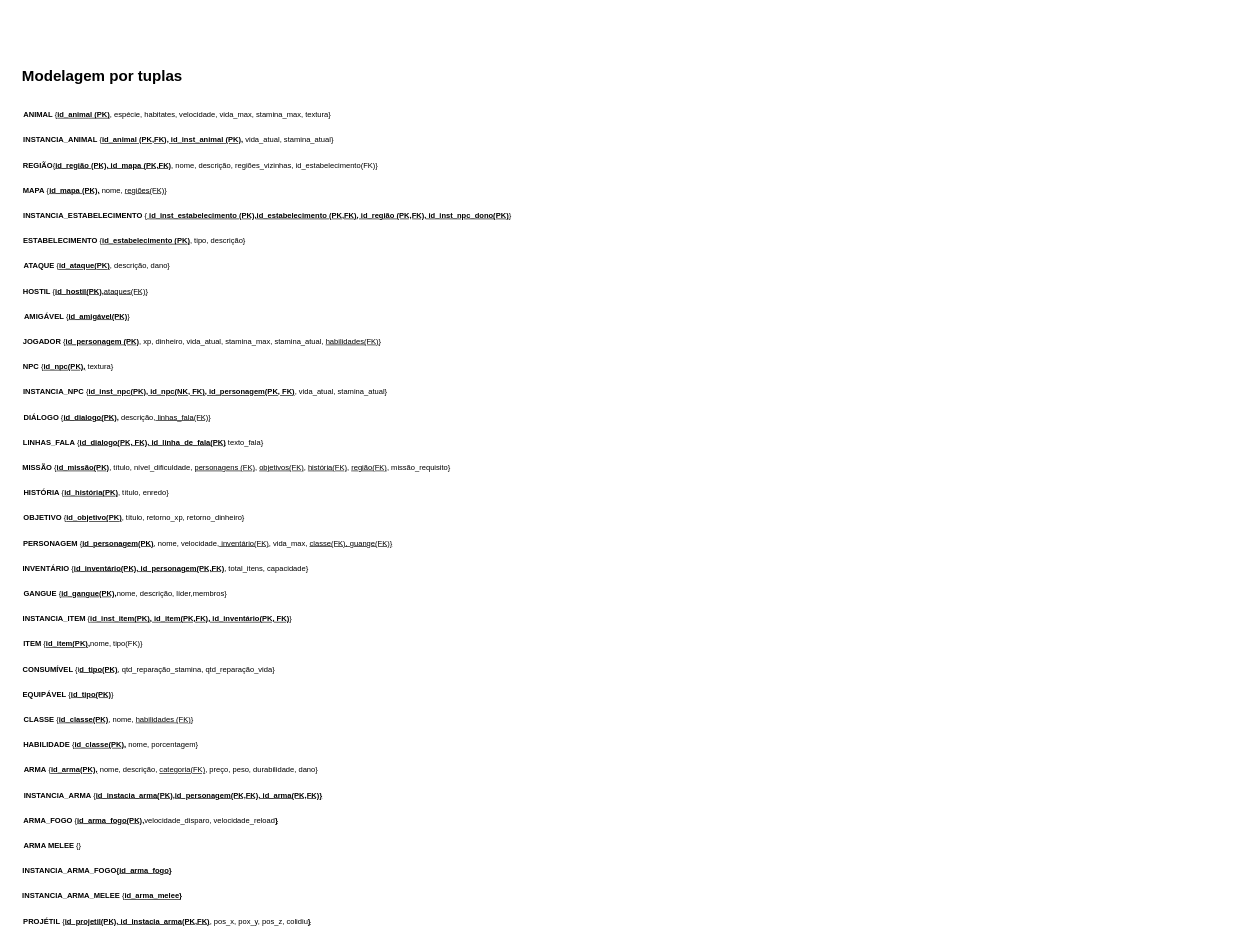
This is entregas/entrega1/MREL/MREL_tuplas.drawio from SBD1/2024.1-Red_Dead_Redemption2, a draw.io file, before an edit. Source tidied: cells renumbered, new cells numbered last; positions are measured from the earlier drawing's top-left corner, leaving out a move shared by most shapes. Both pictures are drawn from the tidied source at 63%, with x=0, y=0 at pixel (11, 66).
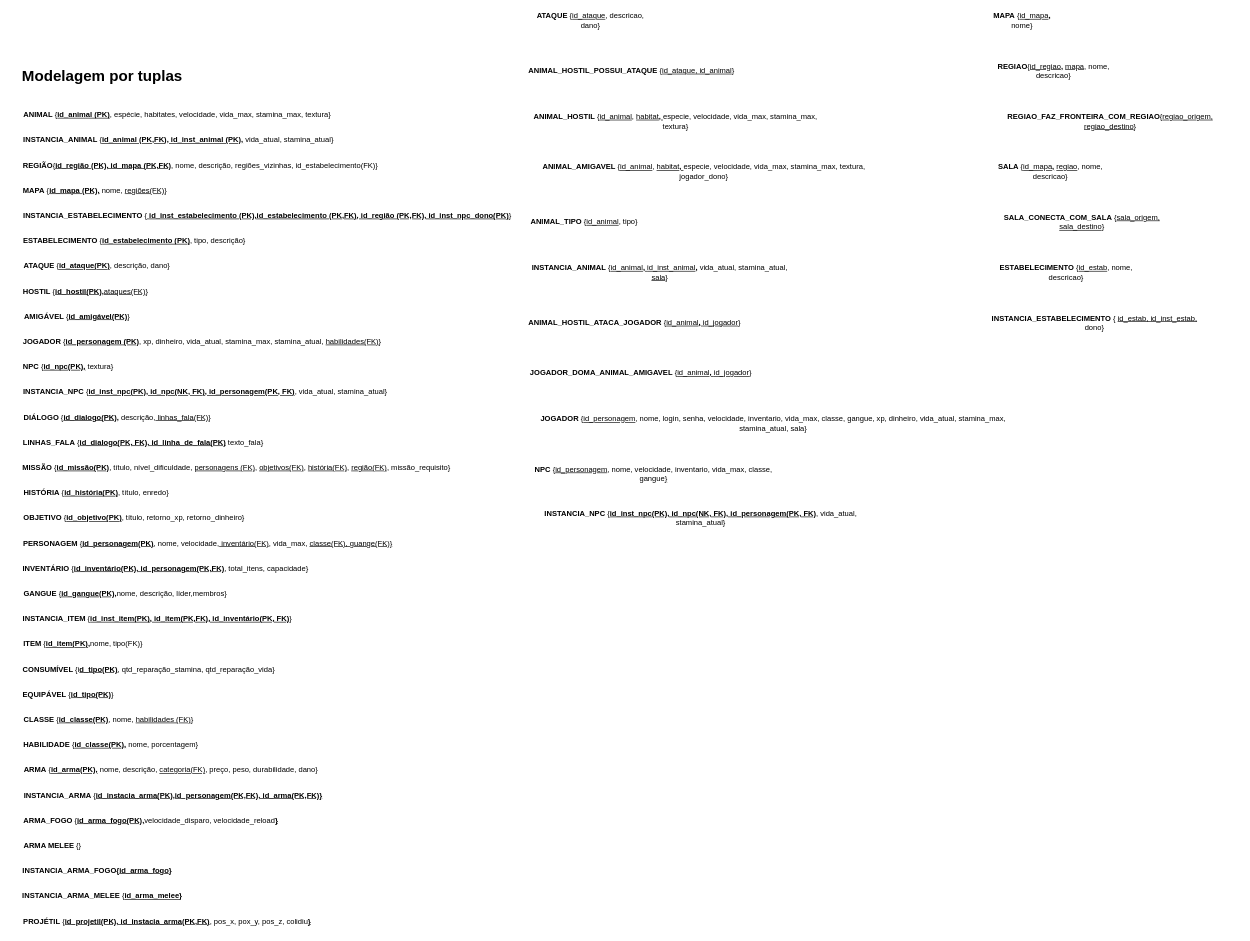
The same diagram, later.

Commit message:
Continuando construção do MREL

Diff of the diagram source:
```diff
@@
+    <mxCell id="36" value="&lt;b&gt;ANIMAL_HOSTIL&amp;nbsp;&lt;/b&gt;{&lt;u&gt;id_animal&lt;/u&gt;, &lt;u&gt;habitat&lt;/u&gt;&lt;b&gt;&lt;u&gt;,&amp;nbsp;&lt;/u&gt;&lt;/b&gt;especie, velocidade, vida_max, stamina_max, textura}" style="text;html=1;align=center;verticalAlign=middle;whiteSpace=wrap;rounded=0;" parent="1" vertex="1">
+      <mxGeometry x="820" y="72" width="470" height="30" as="geometry" />
+    </mxCell>
+    <mxCell id="37" value="&lt;b&gt;ANIMAL_AMIGAVEL&amp;nbsp;&lt;/b&gt;{&lt;u&gt;id_animal&lt;/u&gt;, &lt;u&gt;habitat&lt;/u&gt;&lt;u style=&quot;font-weight: bold;&quot;&gt;,&amp;nbsp;&lt;/u&gt;especie,&amp;nbsp;velocidade, vida_max, stamina_max, textura, jogador_dono}" style="text;html=1;align=center;verticalAlign=middle;whiteSpace=wrap;rounded=0;" parent="1" vertex="1">
+      <mxGeometry x="820" y="152" width="560" height="30" as="geometry" />
+    </mxCell>
+    <mxCell id="38" value="&lt;b&gt;ATAQUE&lt;/b&gt;&amp;nbsp;{&lt;u&gt;id_ataque&lt;/u&gt;, descricao, dano}" style="text;align=center;verticalAlign=middle;whiteSpace=wrap;rounded=0;html=1;" parent="1" vertex="1">
+      <mxGeometry x="820" y="-88" width="200" height="30" as="geometry" />
+    </mxCell>
+    <mxCell id="39" value="&lt;b&gt;ANIMAL_HOSTIL_POSSUI_ATAQUE&lt;/b&gt;&amp;nbsp;{&lt;u&gt;id_ataque, id_animal&lt;/u&gt;}" style="text;align=center;verticalAlign=middle;whiteSpace=wrap;rounded=0;html=1;" parent="1" vertex="1">
+      <mxGeometry x="820" y="-8" width="330" height="30" as="geometry" />
+    </mxCell>
+    <mxCell id="40" value="&lt;b&gt;INSTANCIA_ANIMAL&lt;/b&gt;&amp;nbsp;{&lt;u&gt;id_animal&lt;/u&gt;&lt;u style=&quot;font-weight: bold;&quot;&gt;, &lt;/u&gt;&lt;u&gt;id_inst_animal&lt;/u&gt;&lt;u style=&quot;font-weight: bold;&quot;&gt;,&lt;/u&gt; vida_atual, stamina_atual, &lt;u&gt;sala&lt;/u&gt;}" style="text;align=center;verticalAlign=middle;whiteSpace=wrap;rounded=0;html=1;" parent="1" vertex="1">
+      <mxGeometry x="820" y="312" width="420" height="30" as="geometry" />
+    </mxCell>
+    <mxCell id="41" value="&lt;b&gt;ANIMAL_TIPO&amp;nbsp;&lt;/b&gt;{&lt;u&gt;id_animal&lt;/u&gt;, tipo}" style="text;html=1;align=center;verticalAlign=middle;whiteSpace=wrap;rounded=0;" parent="1" vertex="1">
+      <mxGeometry x="820" y="232" width="180" height="30" as="geometry" />
+    </mxCell>
+    <mxCell id="42" value="&lt;b&gt;ANIMAL_HOSTIL_ATACA_JOGADOR&lt;/b&gt;&amp;nbsp;{&lt;u&gt;id_animal&lt;/u&gt;&lt;u style=&quot;font-weight: bold;&quot;&gt;, &lt;/u&gt;&lt;u&gt;id_jogador&lt;/u&gt;}" style="text;align=center;verticalAlign=middle;whiteSpace=wrap;rounded=0;html=1;" parent="1" vertex="1">
+      <mxGeometry x="820" y="392" width="340" height="30" as="geometry" />
+    </mxCell>
+    <mxCell id="43" value="&lt;b&gt;JOGADOR_DOMA_ANIMAL_AMIGAVEL&lt;/b&gt;&amp;nbsp;{&lt;u&gt;id_animal&lt;/u&gt;&lt;u style=&quot;font-weight: bold;&quot;&gt;, &lt;/u&gt;&lt;u&gt;id_jogador&lt;/u&gt;}" style="text;align=center;verticalAlign=middle;whiteSpace=wrap;rounded=0;html=1;" parent="1" vertex="1">
+      <mxGeometry x="820" y="472" width="360" height="30" as="geometry" />
+    </mxCell>
+    <mxCell id="44" value="&lt;b&gt;REGIAO&lt;/b&gt;{&lt;u&gt;id_regiao&lt;/u&gt;&lt;u style=&quot;font-weight: bold;&quot;&gt;,&lt;/u&gt;&lt;span style=&quot;font-weight: bold;&quot;&gt;&amp;nbsp;&lt;/span&gt;&lt;u&gt;mapa&lt;/u&gt;, nome, descricao}" style="text;align=center;verticalAlign=middle;whiteSpace=wrap;rounded=0;html=1;" parent="1" vertex="1">
+      <mxGeometry x="1540" y="-8" width="230" height="30" as="geometry" />
+    </mxCell>
+    <mxCell id="45" value="&lt;b&gt;MAPA&amp;nbsp;&lt;/b&gt;{&lt;u style=&quot;&quot;&gt;id_mapa&lt;b&gt;,&lt;/b&gt;&lt;/u&gt; nome}" style="text;align=center;verticalAlign=middle;whiteSpace=wrap;rounded=0;html=1;" parent="1" vertex="1">
+      <mxGeometry x="1540" y="-88" width="130" height="30" as="geometry" />
+    </mxCell>
+    <mxCell id="46" value="&lt;b&gt;SALA&amp;nbsp;&lt;/b&gt;{&lt;u style=&quot;&quot;&gt;id_mapa&lt;b&gt;,&lt;/b&gt;&lt;/u&gt;&amp;nbsp;&lt;u&gt;regiao&lt;/u&gt;, nome, descricao}" style="text;align=center;verticalAlign=middle;whiteSpace=wrap;rounded=0;html=1;" parent="1" vertex="1">
+      <mxGeometry x="1540" y="152" width="220" height="30" as="geometry" />
+    </mxCell>
+    <mxCell id="47" value="&lt;b&gt;REGIAO_FAZ_FRONTEIRA_COM_REGIAO&lt;/b&gt;{&lt;u&gt;regiao_origem, regiao_destino&lt;/u&gt;}" style="text;align=center;verticalAlign=middle;whiteSpace=wrap;rounded=0;html=1;" parent="1" vertex="1">
+      <mxGeometry x="1540" y="72" width="410" height="30" as="geometry" />
+    </mxCell>
+    <mxCell id="48" value="&lt;b&gt;SALA_CONECTA_COM_SALA&amp;nbsp;&lt;/b&gt;{&lt;u&gt;sala_origem, sala_destino&lt;/u&gt;}" style="text;align=center;verticalAlign=middle;whiteSpace=wrap;rounded=0;html=1;" parent="1" vertex="1">
+      <mxGeometry x="1540" y="232" width="320" height="30" as="geometry" />
+    </mxCell>
+    <mxCell id="49" value="&lt;b&gt;INSTANCIA_ESTABELECIMENTO&lt;/b&gt;&amp;nbsp;{ &lt;u&gt;id_estab, id_inst_estab,&lt;/u&gt; dono}" style="text;align=center;verticalAlign=middle;whiteSpace=wrap;rounded=0;html=1;" parent="1" vertex="1">
+      <mxGeometry x="1540" y="392" width="360" height="30" as="geometry" />
+    </mxCell>
+    <mxCell id="50" value="&lt;b&gt;ESTABELECIMENTO&lt;/b&gt;&amp;nbsp;{&lt;u&gt;id_estab&lt;/u&gt;, nome, descricao}" style="text;align=center;verticalAlign=middle;whiteSpace=wrap;rounded=0;html=1;" parent="1" vertex="1">
+      <mxGeometry x="1540" y="312" width="270" height="30" as="geometry" />
+    </mxCell>
+    <mxCell id="51" value="&lt;b&gt;INSTANCIA_NPC&lt;/b&gt; {&lt;u&gt;&lt;b&gt;id_inst_npc(PK), id_npc(NK, FK), id_personagem(PK, FK)&lt;/b&gt;&lt;/u&gt;, vida_atual, stamina_atual}" style="text;align=center;verticalAlign=middle;whiteSpace=wrap;rounded=0;html=1;" parent="1" vertex="1">
+      <mxGeometry x="820" y="702" width="550" height="30" as="geometry" />
+    </mxCell>
+    <mxCell id="52" value="&lt;div style=&quot;text-align: center;&quot;&gt;&lt;span style=&quot;background-color: initial; text-align: start;&quot;&gt;&lt;b&gt;JOGADOR&lt;/b&gt;&lt;/span&gt;&lt;span style=&quot;background-color: initial;&quot;&gt;&amp;nbsp;{&lt;u&gt;id_personagem&lt;/u&gt;, nome, login, senha, velocidade, inventario, vida_max, classe, gangue, xp, dinheiro, vida_atual, stamina_max, stamina_atual, sala}&lt;/span&gt;&lt;/div&gt;" style="text;align=center;verticalAlign=middle;whiteSpace=wrap;rounded=0;html=1;" parent="1" vertex="1">
+      <mxGeometry x="820" y="552" width="780" height="30" as="geometry" />
+    </mxCell>
+    <mxCell id="53" value="&lt;div style=&quot;text-align: center;&quot;&gt;&lt;span style=&quot;background-color: initial; text-align: start;&quot;&gt;&lt;b&gt;NPC&lt;/b&gt;&lt;/span&gt;&lt;span style=&quot;background-color: initial;&quot;&gt;&amp;nbsp;{&lt;u&gt;id_personagem&lt;/u&gt;, nome, velocidade, inventario, vida_max, classe, gangue&lt;u&gt;}&lt;/u&gt;&lt;/span&gt;&lt;/div&gt;" style="text;align=center;verticalAlign=middle;whiteSpace=wrap;rounded=0;html=1;" parent="1" vertex="1">
+      <mxGeometry x="820" y="632" width="400" height="30" as="geometry" />
+    </mxCell>
```
